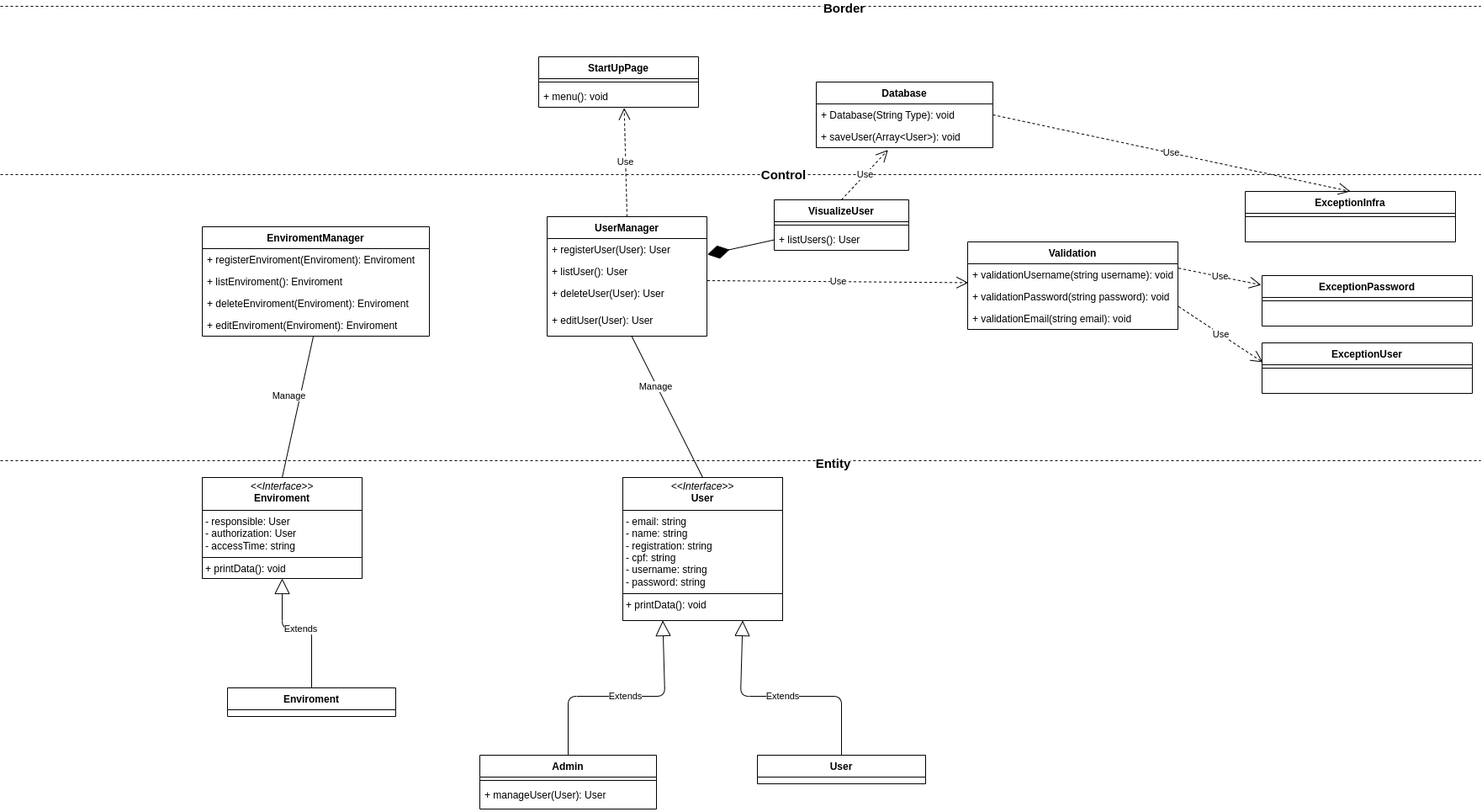
Above: assets/Diagrama de Classe.png in thiagobonfim0310/SmartLock (draw.io), before the change. Source tidied: cells renumbered, new cells last; positions are measured from the earlier drawing's top-left corner, leaving out a move shared by most shapes.
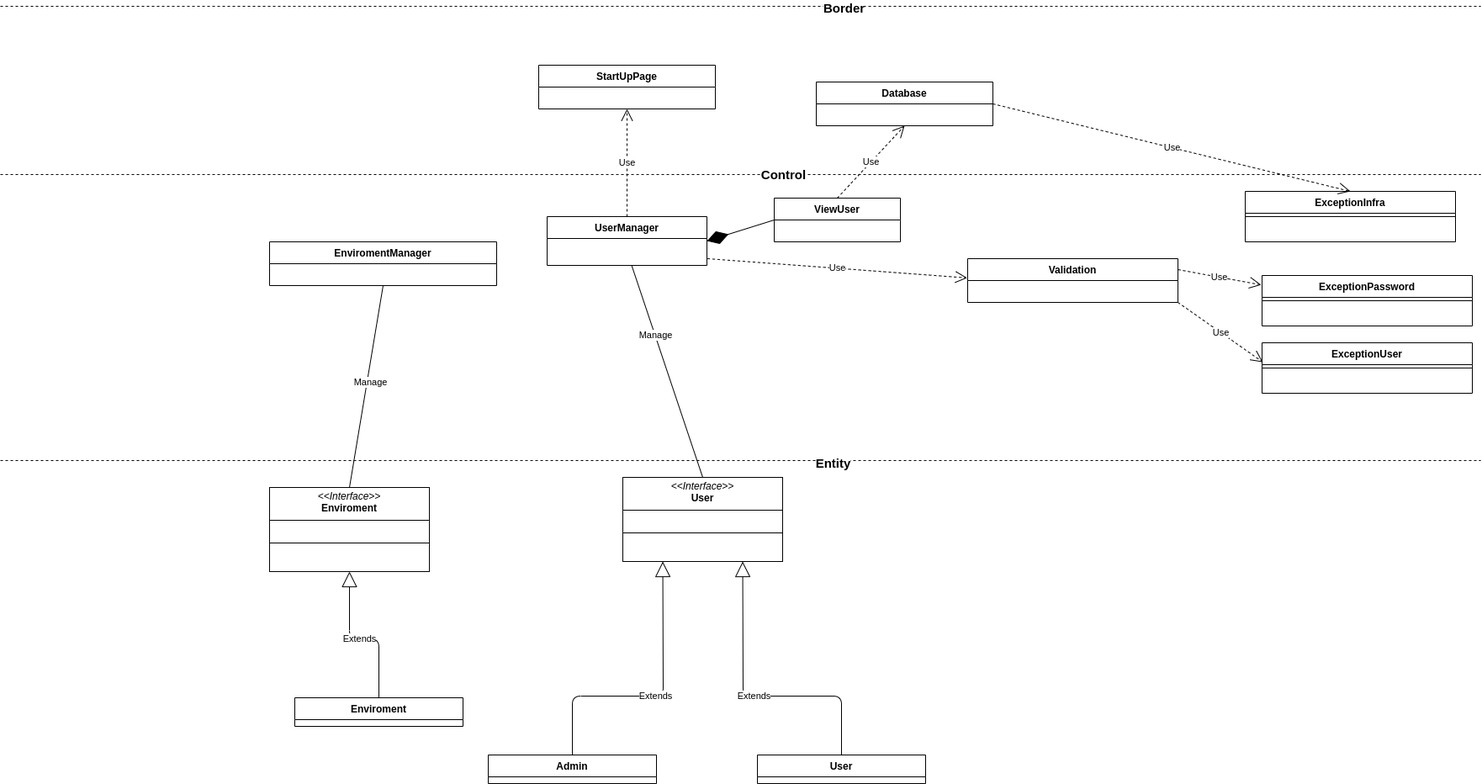
After the commit.

Commit message:
Atualização dos novos assets dos diagramas do sistema

What changed in the source:
```diff
@@ -4,4 +4,4 @@
     <mxCell id="1" parent="0" />
-    <mxCell id="2" value="&lt;p style=&quot;margin:0px;margin-top:4px;text-align:center;&quot;&gt;&lt;i&gt;&amp;lt;&amp;lt;Interface&amp;gt;&amp;gt;&lt;/i&gt;&lt;br&gt;&lt;b&gt;User&lt;/b&gt;&lt;/p&gt;&lt;hr size=&quot;1&quot; style=&quot;border-style:solid;&quot;&gt;&lt;p style=&quot;margin:0px;margin-left:4px;&quot;&gt;- email: string&lt;/p&gt;&lt;p style=&quot;margin:0px;margin-left:4px;&quot;&gt;- name: string&lt;/p&gt;&lt;p style=&quot;margin:0px;margin-left:4px;&quot;&gt;- registration: string&lt;br&gt;&lt;/p&gt;&lt;p style=&quot;margin:0px;margin-left:4px;&quot;&gt;- cpf: string&lt;/p&gt;&lt;p style=&quot;margin:0px;margin-left:4px;&quot;&gt;- username: string&lt;/p&gt;&lt;p style=&quot;margin:0px;margin-left:4px;&quot;&gt;- password: string&lt;/p&gt;&lt;hr size=&quot;1&quot; style=&quot;border-style:solid;&quot;&gt;&lt;p style=&quot;margin:0px;margin-left:4px;&quot;&gt;+ printData(): void&lt;br&gt;&lt;/p&gt;" style="verticalAlign=top;align=left;overflow=fill;html=1;whiteSpace=wrap;" parent="1" vertex="1">
-      <mxGeometry x="740" y="560" width="190" height="170" as="geometry" />
+    <mxCell id="2" value="&lt;p style=&quot;margin:0px;margin-top:4px;text-align:center;&quot;&gt;&lt;i&gt;&amp;lt;&amp;lt;Interface&amp;gt;&amp;gt;&lt;/i&gt;&lt;br&gt;&lt;b&gt;User&lt;/b&gt;&lt;/p&gt;&lt;hr size=&quot;1&quot; style=&quot;border-style:solid;&quot;&gt;&lt;p style=&quot;margin:0px;margin-left:4px;&quot;&gt;&lt;br&gt;&lt;/p&gt;&lt;hr size=&quot;1&quot; style=&quot;border-style:solid;&quot;&gt;&lt;p style=&quot;margin:0px;margin-left:4px;&quot;&gt;&lt;br&gt;&lt;/p&gt;" style="verticalAlign=top;align=left;overflow=fill;html=1;whiteSpace=wrap;" parent="1" vertex="1">
+      <mxGeometry x="740" y="560" width="190" height="100" as="geometry" />
     </mxCell>
@@ -16,4 +16,6 @@
     </mxCell>
-    <mxCell id="5" style="endArrow=none;endFill=0;endSize=12;html=1;rounded=0;entryX=0.5;entryY=0;entryDx=0;entryDy=0;exitX=0.529;exitY=1;exitDx=0;exitDy=0;exitPerimeter=0;" parent="1" edge="1" source="48" target="2">
-      <mxGeometry relative="1" as="geometry" />
+    <mxCell id="5" style="endArrow=none;endFill=0;endSize=12;html=1;rounded=0;entryX=0.5;entryY=0;entryDx=0;entryDy=0;exitX=0.529;exitY=1;exitDx=0;exitDy=0;exitPerimeter=0;" parent="1" edge="1" target="2">
+      <mxGeometry relative="1" as="geometry">
+        <mxPoint x="750.5" y="308" as="sourcePoint" />
+      </mxGeometry>
     </mxCell>
@@ -44,11 +46,2 @@
     </mxCell>
-    <mxCell id="11" value="Admin" style="swimlane;fontStyle=1;align=center;verticalAlign=top;horizontal=1;startSize=26;whiteSpace=wrap;html=1;" parent="1" vertex="1">
-      <mxGeometry x="570" y="890" width="210" height="64" as="geometry" />
-    </mxCell>
-    <mxCell id="12" style="line;strokeWidth=1;fillColor=none;align=left;verticalAlign=middle;spacingTop=-1;spacingLeft=3;spacingRight=3;labelPosition=right;strokeColor=inherit;" parent="11" vertex="1">
-      <mxGeometry y="26" width="210" height="8" as="geometry" />
-    </mxCell>
-    <mxCell id="13" value="+ manageUser(User): User" style="text;strokeColor=none;fillColor=none;align=left;verticalAlign=top;spacingLeft=4;spacingRight=4;overflow=hidden;whiteSpace=wrap;html=1;" parent="11" vertex="1">
-      <mxGeometry y="34" width="210" height="30" as="geometry" />
-    </mxCell>
     <mxCell id="14" value="User" style="swimlane;fontStyle=1;align=center;verticalAlign=top;horizontal=1;startSize=26;whiteSpace=wrap;html=1;" parent="1" vertex="1">
@@ -56,21 +49,3 @@
     </mxCell>
-    <mxCell id="15" value="StartUpPage" style="swimlane;fontStyle=1;align=center;verticalAlign=top;horizontal=1;startSize=26;whiteSpace=wrap;html=1;" parent="1" vertex="1">
-      <mxGeometry x="640" y="60" width="190" height="60" as="geometry" />
-    </mxCell>
-    <mxCell id="16" style="line;strokeWidth=1;fillColor=none;align=left;verticalAlign=middle;spacingTop=-1;spacingLeft=3;spacingRight=3;labelPosition=right;strokeColor=inherit;" parent="15" vertex="1">
-      <mxGeometry y="26" width="190" height="8" as="geometry" />
-    </mxCell>
-    <mxCell id="17" value="+ menu(): void" style="text;strokeColor=none;fillColor=none;align=left;verticalAlign=top;spacingLeft=4;spacingRight=4;overflow=hidden;points=[[0,0.5],[1,0.5]];portConstraint=eastwest;whiteSpace=wrap;html=1;" parent="15" vertex="1">
-      <mxGeometry y="34" width="190" height="26" as="geometry" />
-    </mxCell>
-    <mxCell id="18" value="VisualizeUser" style="swimlane;fontStyle=1;align=center;verticalAlign=top;horizontal=1;startSize=26;whiteSpace=wrap;html=1;" parent="1" vertex="1">
-      <mxGeometry x="920" y="230" width="160" height="60" as="geometry" />
-    </mxCell>
-    <mxCell id="19" style="line;strokeWidth=1;fillColor=none;align=left;verticalAlign=middle;spacingTop=-1;spacingLeft=3;spacingRight=3;labelPosition=right;strokeColor=inherit;" parent="18" vertex="1">
-      <mxGeometry y="26" width="160" height="8" as="geometry" />
-    </mxCell>
-    <mxCell id="20" value="+ listUsers(): User" style="text;strokeColor=none;fillColor=none;align=left;verticalAlign=top;spacingLeft=4;spacingRight=4;overflow=hidden;whiteSpace=wrap;html=1;" parent="18" vertex="1">
-      <mxGeometry y="34" width="160" height="26" as="geometry" />
-    </mxCell>
-    <mxCell id="21" style="endArrow=diamondThin;endFill=1;endSize=24;html=1;rounded=0;entryX=1.003;entryY=0.731;entryDx=0;entryDy=0;entryPerimeter=0;" parent="1" edge="1" source="18" target="45">
+    <mxCell id="21" style="endArrow=diamondThin;endFill=1;endSize=24;html=1;rounded=0;entryX=1;entryY=0.5;entryDx=0;entryDy=0;exitX=0;exitY=0.5;exitDx=0;exitDy=0;" parent="1" edge="1" source="61" target="44">
       <mxGeometry relative="1" as="geometry" />
@@ -86,4 +61,6 @@
     </mxCell>
-    <mxCell id="25" value="Use" style="endArrow=open;endSize=12;dashed=1;html=1;rounded=0;exitX=1.003;exitY=0.923;exitDx=0;exitDy=0;entryX=0.003;entryY=0.863;entryDx=0;entryDy=0;entryPerimeter=0;exitPerimeter=0;" parent="1" edge="1" source="46" target="50">
-      <mxGeometry relative="1" as="geometry" />
+    <mxCell id="25" value="Use" style="endArrow=open;endSize=12;dashed=1;html=1;rounded=0;exitX=1.003;exitY=0.923;exitDx=0;exitDy=0;entryX=-0.002;entryY=0.44;entryDx=0;entryDy=0;entryPerimeter=0;exitPerimeter=0;" parent="1" edge="1" target="49">
+      <mxGeometry relative="1" as="geometry">
+        <mxPoint x="840.6" y="300" as="sourcePoint" />
+      </mxGeometry>
     </mxCell>
@@ -107,22 +84,22 @@
     </mxCell>
-    <mxCell id="32" value="Use" style="endArrow=open;endSize=12;dashed=1;html=1;rounded=0;exitX=1;exitY=0.5;exitDx=0;exitDy=0;entryX=0.5;entryY=0;entryDx=0;entryDy=0;" parent="1" edge="1" source="54" target="22">
+    <mxCell id="32" value="Use" style="endArrow=open;endSize=12;dashed=1;html=1;rounded=0;exitX=1;exitY=0.5;exitDx=0;exitDy=0;entryX=0.5;entryY=0;entryDx=0;entryDy=0;" parent="1" edge="1" source="53" target="22">
       <mxGeometry relative="1" as="geometry" />
     </mxCell>
-    <mxCell id="33" value="Use" style="endArrow=open;endSize=12;dashed=1;html=1;rounded=0;exitX=1.003;exitY=0.201;exitDx=0;exitDy=0;entryX=-0.004;entryY=0.186;entryDx=0;entryDy=0;entryPerimeter=0;exitPerimeter=0;" parent="1" edge="1" source="50" target="26">
+    <mxCell id="33" value="Use" style="endArrow=open;endSize=12;dashed=1;html=1;rounded=0;exitX=1;exitY=0.25;exitDx=0;exitDy=0;entryX=-0.004;entryY=0.186;entryDx=0;entryDy=0;entryPerimeter=0;" parent="1" edge="1" source="49" target="26">
       <mxGeometry relative="1" as="geometry" />
     </mxCell>
-    <mxCell id="34" value="Use" style="endArrow=open;endSize=12;dashed=1;html=1;rounded=0;exitX=1.003;exitY=-0.047;exitDx=0;exitDy=0;entryX=0.004;entryY=0.384;entryDx=0;entryDy=0;entryPerimeter=0;exitPerimeter=0;" parent="1" edge="1" source="52" target="29">
+    <mxCell id="34" value="Use" style="endArrow=open;endSize=12;dashed=1;html=1;rounded=0;exitX=1;exitY=1;exitDx=0;exitDy=0;entryX=0.004;entryY=0.384;entryDx=0;entryDy=0;entryPerimeter=0;" parent="1" edge="1" source="49" target="29">
       <mxGeometry relative="1" as="geometry" />
     </mxCell>
-    <mxCell id="35" value="Use" style="endArrow=open;endSize=12;dashed=1;html=1;entryX=0.535;entryY=1.029;entryDx=0;entryDy=0;entryPerimeter=0;exitX=0.5;exitY=0;exitDx=0;exitDy=0;" parent="1" edge="1" source="44" target="17">
+    <mxCell id="35" value="Use" style="endArrow=open;endSize=12;dashed=1;html=1;entryX=0.5;entryY=1;entryDx=0;entryDy=0;exitX=0.5;exitY=0;exitDx=0;exitDy=0;" parent="1" edge="1" source="44" target="15">
       <mxGeometry relative="1" as="geometry" />
     </mxCell>
-    <mxCell id="36" value="Use" style="endArrow=open;endSize=12;dashed=1;html=1;entryX=0.406;entryY=1.103;entryDx=0;entryDy=0;entryPerimeter=0;exitX=0.5;exitY=0;exitDx=0;exitDy=0;" parent="1" edge="1" source="18" target="55">
+    <mxCell id="36" value="Use" style="endArrow=open;endSize=12;dashed=1;html=1;entryX=0.5;entryY=1;entryDx=0;entryDy=0;exitX=0.5;exitY=0;exitDx=0;exitDy=0;" parent="1" edge="1" source="61" target="53">
       <mxGeometry relative="1" as="geometry" />
     </mxCell>
-    <mxCell id="37" value="&lt;p style=&quot;margin:0px;margin-top:4px;text-align:center;&quot;&gt;&lt;i&gt;&amp;lt;&amp;lt;Interface&amp;gt;&amp;gt;&lt;/i&gt;&lt;br&gt;&lt;b&gt;Enviroment&lt;/b&gt;&lt;/p&gt;&lt;hr size=&quot;1&quot; style=&quot;border-style:solid;&quot;&gt;&lt;p style=&quot;margin:0px;margin-left:4px;&quot;&gt;- responsible: User&lt;/p&gt;&lt;p style=&quot;margin:0px;margin-left:4px;&quot;&gt;- authorization: User&lt;/p&gt;&lt;p style=&quot;margin:0px;margin-left:4px;&quot;&gt;- accessTime: string&lt;/p&gt;&lt;hr size=&quot;1&quot; style=&quot;border-style:solid;&quot;&gt;&lt;p style=&quot;margin:0px;margin-left:4px;&quot;&gt;+ printData(): void&lt;br&gt;&lt;/p&gt;" style="verticalAlign=top;align=left;overflow=fill;html=1;whiteSpace=wrap;" parent="1" vertex="1">
-      <mxGeometry x="240" y="560" width="190" height="120" as="geometry" />
+    <mxCell id="37" value="&lt;p style=&quot;margin:0px;margin-top:4px;text-align:center;&quot;&gt;&lt;i&gt;&amp;lt;&amp;lt;Interface&amp;gt;&amp;gt;&lt;/i&gt;&lt;br&gt;&lt;b&gt;Enviroment&lt;/b&gt;&lt;/p&gt;&lt;hr size=&quot;1&quot; style=&quot;border-style:solid;&quot;&gt;&lt;p style=&quot;margin:0px;margin-left:4px;&quot;&gt;&lt;br&gt;&lt;/p&gt;&lt;hr size=&quot;1&quot; style=&quot;border-style:solid;&quot;&gt;&lt;p style=&quot;margin:0px;margin-left:4px;&quot;&gt;&lt;br&gt;&lt;/p&gt;" style="verticalAlign=top;align=left;overflow=fill;html=1;whiteSpace=wrap;" parent="1" vertex="1">
+      <mxGeometry x="320" y="572" width="190" height="100" as="geometry" />
     </mxCell>
     <mxCell id="38" value="Enviroment&lt;br&gt;" style="swimlane;fontStyle=1;align=center;verticalAlign=top;horizontal=1;startSize=26;whiteSpace=wrap;html=1;" parent="1" vertex="1">
-      <mxGeometry x="270" y="810" width="200" height="34" as="geometry" />
+      <mxGeometry x="350" y="822" width="200" height="34" as="geometry" />
     </mxCell>
@@ -131,4 +108,4 @@
         <Array as="points">
-          <mxPoint x="370" y="740" />
-          <mxPoint x="335" y="740" />
+          <mxPoint x="450" y="752" />
+          <mxPoint x="415" y="752" />
         </Array>
@@ -139,4 +116,4 @@
         <Array as="points">
-          <mxPoint x="675" y="820" />
-          <mxPoint x="790" y="820" />
+          <mxPoint x="680" y="820" />
+          <mxPoint x="788" y="820" />
         </Array>
@@ -148,3 +125,3 @@
           <mxPoint x="1000" y="820" />
-          <mxPoint x="880" y="820" />
+          <mxPoint x="883" y="820" />
         </Array>
@@ -152,3 +129,3 @@
     </mxCell>
-    <mxCell id="42" style="endArrow=none;endFill=0;endSize=12;html=1;rounded=0;entryX=0.5;entryY=0;entryDx=0;entryDy=0;" parent="1" edge="1" source="60" target="37">
+    <mxCell id="42" style="endArrow=none;endFill=0;endSize=12;html=1;rounded=0;entryX=0.5;entryY=0;entryDx=0;entryDy=0;exitX=0.5;exitY=1;exitDx=0;exitDy=0;" parent="1" edge="1" source="56" target="37">
       <mxGeometry relative="1" as="geometry" />
@@ -157,3 +134,3 @@
       <mxGeometry x="-0.45" y="2" relative="1" as="geometry">
-        <mxPoint x="-21" y="23" as="offset" />
+        <mxPoint x="-6" y="48" as="offset" />
       </mxGeometry>
@@ -161,52 +138,22 @@
     <mxCell id="44" value="UserManager" style="swimlane;fontStyle=1;horizontal=1;startSize=26;fillColor=none;" parent="1" vertex="1">
-      <mxGeometry x="650" y="250" width="190" height="142" as="geometry" />
+      <mxGeometry x="650" y="250" width="190" height="58" as="geometry" />
     </mxCell>
-    <mxCell id="45" value="+ registerUser(User): User" style="text;strokeColor=none;fillColor=none;align=left;verticalAlign=top;spacingLeft=4;spacingRight=4;overflow=hidden;points=[[0,0.5],[1,0.5]];portConstraint=eastwest;" parent="44" vertex="1">
-      <mxGeometry y="26" width="190" height="26" as="geometry" />
-    </mxCell>
-    <mxCell id="46" value="+ listUser(): User" style="text;strokeColor=none;fillColor=none;align=left;verticalAlign=top;spacingLeft=4;spacingRight=4;overflow=hidden;points=[[0,0.5],[1,0.5]];portConstraint=eastwest;" parent="44" vertex="1">
-      <mxGeometry y="52" width="190" height="26" as="geometry" />
-    </mxCell>
-    <mxCell id="47" value="+ deleteUser(User): User" style="text;strokeColor=none;fillColor=none;align=left;verticalAlign=top;spacingLeft=4;spacingRight=4;overflow=hidden;" parent="44" vertex="1">
-      <mxGeometry y="78" width="190" height="32" as="geometry" />
-    </mxCell>
-    <mxCell id="48" value="+ editUser(User): User" style="text;strokeColor=none;fillColor=none;align=left;verticalAlign=top;spacingLeft=4;spacingRight=4;overflow=hidden;points=[[0,0.5],[1,0.5]];portConstraint=eastwest;" parent="44" vertex="1">
-      <mxGeometry y="110" width="190" height="32" as="geometry" />
-    </mxCell>
     <mxCell id="49" value="Validation" style="swimlane;fontStyle=1;horizontal=1;startSize=26;fillColor=none;" parent="1" vertex="1">
-      <mxGeometry x="1150" y="280" width="250" height="104" as="geometry" />
+      <mxGeometry x="1150" y="300" width="250" height="52" as="geometry" />
     </mxCell>
-    <mxCell id="50" value="+ validationUsername(string username): void" style="text;strokeColor=none;fillColor=none;align=left;verticalAlign=top;spacingLeft=4;spacingRight=4;overflow=hidden;points=[[0,0.5],[1,0.5]];portConstraint=eastwest;" parent="49" vertex="1">
-      <mxGeometry y="26" width="250" height="26" as="geometry" />
-    </mxCell>
-    <mxCell id="51" value="+ validationPassword(string password): void" style="text;strokeColor=none;fillColor=none;align=left;verticalAlign=top;spacingLeft=4;spacingRight=4;overflow=hidden;" parent="49" vertex="1">
-      <mxGeometry y="52" width="250" height="26" as="geometry" />
-    </mxCell>
-    <mxCell id="52" value="+ validationEmail(string email): void" style="text;strokeColor=none;fillColor=none;align=left;verticalAlign=top;spacingLeft=4;spacingRight=4;overflow=hidden;points=[[0,0.5],[1,0.5]];portConstraint=eastwest;" parent="49" vertex="1">
-      <mxGeometry y="78" width="250" height="26" as="geometry" />
-    </mxCell>
     <mxCell id="53" value="Database" style="swimlane;fontStyle=1;horizontal=1;startSize=26;fillColor=none;" parent="1" vertex="1">
-      <mxGeometry x="970" y="90" width="210" height="78" as="geometry" />
+      <mxGeometry x="970" y="90" width="210" height="52" as="geometry" />
     </mxCell>
-    <mxCell id="54" value="+ Database(String Type): void" style="text;strokeColor=none;fillColor=none;align=left;verticalAlign=top;spacingLeft=4;spacingRight=4;overflow=hidden;points=[[0,0.5],[1,0.5]];portConstraint=eastwest;" parent="53" vertex="1">
-      <mxGeometry y="26" width="210" height="26" as="geometry" />
-    </mxCell>
-    <mxCell id="55" value="+ saveUser(Array&lt;User&gt;): void" style="text;strokeColor=none;fillColor=none;align=left;verticalAlign=top;spacingLeft=4;spacingRight=4;overflow=hidden;points=[[0,0.5],[1,0.5]];portConstraint=eastwest;" parent="53" vertex="1">
-      <mxGeometry y="52" width="210" height="26" as="geometry" />
-    </mxCell>
     <mxCell id="56" value="EnviromentManager" style="swimlane;fontStyle=1;horizontal=1;startSize=26;fillColor=none;" parent="1" vertex="1">
-      <mxGeometry x="240" y="262" width="270" height="130" as="geometry" />
+      <mxGeometry x="320" y="280" width="270" height="52" as="geometry" />
     </mxCell>
-    <mxCell id="57" value="+ registerEnviroment(Enviroment): Enviroment" style="text;strokeColor=none;fillColor=none;align=left;verticalAlign=top;spacingLeft=4;spacingRight=4;overflow=hidden;" parent="56" vertex="1">
-      <mxGeometry y="26" width="270" height="26" as="geometry" />
-    </mxCell>
-    <mxCell id="58" value="+ listEnviroment(): Enviroment" style="text;strokeColor=none;fillColor=none;align=left;verticalAlign=top;spacingLeft=4;spacingRight=4;overflow=hidden;" parent="56" vertex="1">
-      <mxGeometry y="52" width="270" height="26" as="geometry" />
-    </mxCell>
-    <mxCell id="59" value="+ deleteEnviroment(Enviroment): Enviroment" style="text;strokeColor=none;fillColor=none;align=left;verticalAlign=top;spacingLeft=4;spacingRight=4;overflow=hidden;" parent="56" vertex="1">
-      <mxGeometry y="78" width="270" height="26" as="geometry" />
-    </mxCell>
-    <mxCell id="60" value="+ editEnviroment(Enviroment): Enviroment" style="text;strokeColor=none;fillColor=none;align=left;verticalAlign=top;spacingLeft=4;spacingRight=4;overflow=hidden;points=[[0,0.5],[1,0.5]];portConstraint=eastwest;" parent="56" vertex="1">
-      <mxGeometry y="104" width="270" height="26" as="geometry" />
-    </mxCell>
+    <mxCell id="61" value="ViewUser" style="swimlane;fontStyle=1;horizontal=1;startSize=26;fillColor=none;" parent="1" vertex="1">
+      <mxGeometry x="920" y="228" width="150" height="52" as="geometry" />
+    </mxCell>
+    <mxCell id="11" value="Admin" style="swimlane;fontStyle=1;align=center;verticalAlign=top;horizontal=1;startSize=26;whiteSpace=wrap;html=1;" parent="1" vertex="1">
+      <mxGeometry x="580" y="890" width="200" height="34" as="geometry" />
+    </mxCell>
+    <mxCell id="15" value="StartUpPage" style="swimlane;fontStyle=1;horizontal=1;startSize=26;fillColor=none;" parent="1" vertex="1">
+      <mxGeometry x="640" y="70" width="210" height="52" as="geometry" />
+    </mxCell>
   </root>
```
